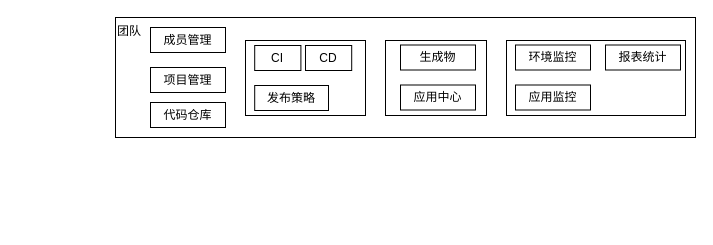
Above: raging一站式原生云平台整体架构图.drawio in guowenshuai/draw.io (draw.io), before the change. Source tidied: cells renumbered, new cells numbered last; positions are measured from the earlier drawing's top-left corner, leaving out a move shared by most shapes. Both pictures are drawn from the tidied source at 100%, with x=0, y=0 at pixel (115, 17).
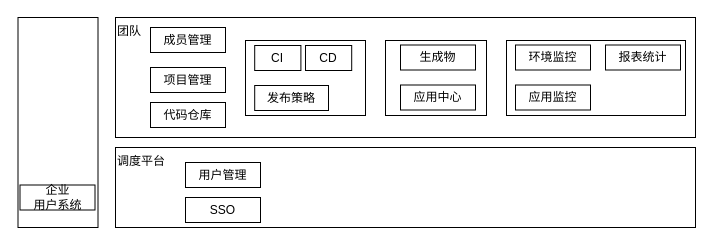
The same diagram, later.

Commit message (it also covers changes not shown here):
Update raging一站式原生云平台整体架构图.drawio

Change to the diagram source:
```diff
@@
+    <mxCell id="18" value="调度平台" style="rounded=0;whiteSpace=wrap;html=1;align=left;horizontal=1;verticalAlign=top;" parent="1" vertex="1">
+      <mxGeometry y="130" width="580" height="80" as="geometry" />
+    </mxCell>
+    <mxCell id="19" value="用户管理" style="rounded=0;whiteSpace=wrap;html=1;" parent="1" vertex="1">
+      <mxGeometry x="70" y="145" width="75" height="25" as="geometry" />
+    </mxCell>
+    <mxCell id="20" value="SSO" style="rounded=0;whiteSpace=wrap;html=1;" parent="1" vertex="1">
+      <mxGeometry x="70" y="180" width="75" height="25" as="geometry" />
+    </mxCell>
+    <mxCell id="21" style="rounded=0;whiteSpace=wrap;html=1;align=left;" parent="1" vertex="1">
+      <mxGeometry x="-97.5" width="80" height="210" as="geometry" />
+    </mxCell>
+    <mxCell id="22" value="企业&lt;br&gt;用户系统" style="rounded=0;whiteSpace=wrap;html=1;" parent="1" vertex="1">
+      <mxGeometry x="-95.5" y="167.5" width="75" height="25" as="geometry" />
+    </mxCell>
```
